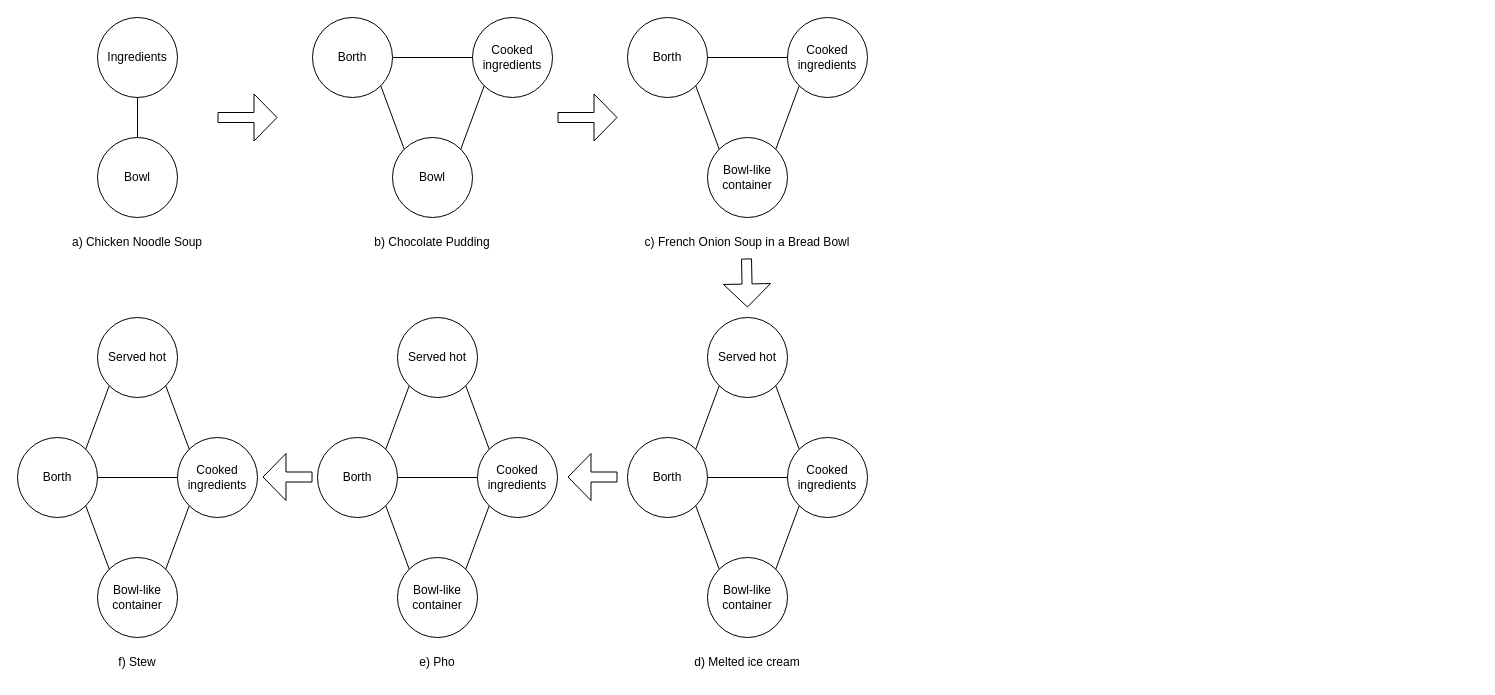
Above: KBAI_H2.drawio in andymakesapps/diagrams (draw.io), before the change. Source tidied: cells renumbered, new cells numbered last; positions are measured from the earlier drawing's top-left corner, leaving out a move shared by most shapes. Both pictures are drawn from the tidied source at 100%, with x=0, y=0 at pixel (17, 17).
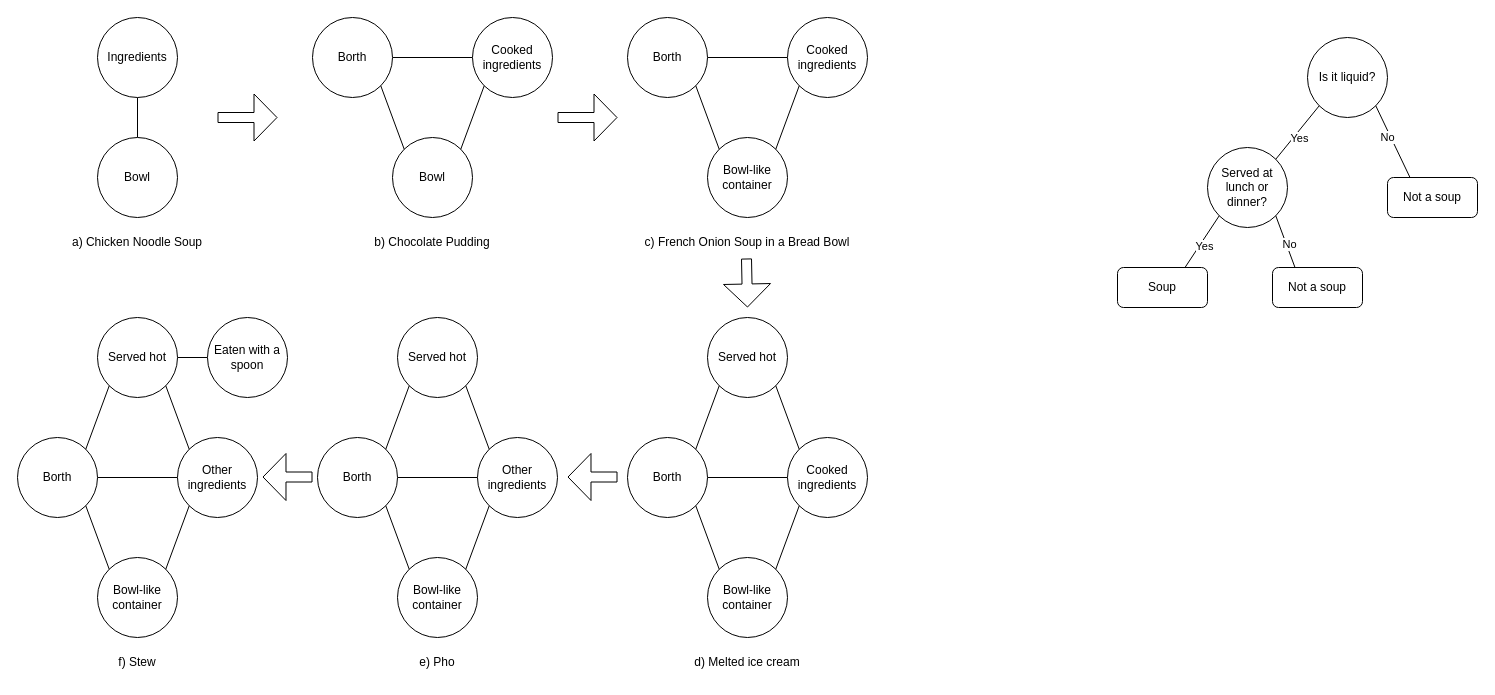
The same diagram, later.

Unchanged cells that the change refers to:
```xml
<mxCell id="47" value="Served hot" style="ellipse;whiteSpace=wrap;html=1;" parent="1" vertex="1">
  <mxGeometry x="80" y="300" width="80" height="80" as="geometry" />
</mxCell>
```

What changed in the source:
```diff
@@
-    <mxCell id="34" value="Cooked ingredients" style="ellipse;whiteSpace=wrap;html=1;" parent="1" vertex="1">
+    <mxCell id="34" value="Other ingredients" style="ellipse;whiteSpace=wrap;html=1;" parent="1" vertex="1">
       <mxGeometry x="460" y="420" width="80" height="80" as="geometry" />
     </mxCell>
@@
-    <mxCell id="44" value="Cooked ingredients" style="ellipse;whiteSpace=wrap;html=1;" parent="1" vertex="1">
+    <mxCell id="44" value="Other ingredients" style="ellipse;whiteSpace=wrap;html=1;" parent="1" vertex="1">
       <mxGeometry x="160" y="420" width="80" height="80" as="geometry" />
     </mxCell>
@@
+    <mxCell id="55" style="edgeStyle=orthogonalEdgeStyle;rounded=0;jettySize=auto;html=1;exitX=1;exitY=0.5;exitDx=0;exitDy=0;entryX=0;entryY=0.5;entryDx=0;entryDy=0;endArrow=none;endFill=0;" parent="1" edge="1" source="47" target="56">
+      <mxGeometry relative="1" as="geometry" />
+    </mxCell>
@@
+    <mxCell id="56" value="Eaten with a spoon" style="ellipse;whiteSpace=wrap;html=1;" parent="1" vertex="1">
+      <mxGeometry x="190" y="300" width="80" height="80" as="geometry" />
+    </mxCell>
+    <mxCell id="57" value="Is it liquid?" style="ellipse;whiteSpace=wrap;html=1;" parent="1" vertex="1">
+      <mxGeometry x="1290" y="20" width="80" height="80" as="geometry" />
+    </mxCell>
+    <mxCell id="58" value="Served at lunch or dinner?" style="ellipse;whiteSpace=wrap;html=1;" parent="1" vertex="1">
+      <mxGeometry x="1190" y="130" width="80" height="80" as="geometry" />
+    </mxCell>
+    <mxCell id="59" value="Not a soup" style="rounded=1;whiteSpace=wrap;html=1;" parent="1" vertex="1">
+      <mxGeometry x="1255" y="250" width="90" height="40" as="geometry" />
+    </mxCell>
+    <mxCell id="60" value="Soup" style="rounded=1;whiteSpace=wrap;html=1;" parent="1" vertex="1">
+      <mxGeometry x="1100" y="250" width="90" height="40" as="geometry" />
+    </mxCell>
+    <mxCell id="61" value="Not a soup" style="rounded=1;whiteSpace=wrap;html=1;" parent="1" vertex="1">
+      <mxGeometry x="1370" y="160" width="90" height="40" as="geometry" />
+    </mxCell>
+    <mxCell id="62" style="endArrow=none;html=1;rounded=0;entryX=0;entryY=1;entryDx=0;entryDy=0;exitX=1;exitY=0;exitDx=0;exitDy=0;" parent="1" edge="1" source="58" target="57">
+      <mxGeometry relative="1" as="geometry" />
+    </mxCell>
+    <mxCell id="63" value="Yes" style="edgeLabel;html=1;align=center;verticalAlign=middle;" parent="62" vertex="1">
+      <mxGeometry x="-0.04" y="-3" relative="1" as="geometry">
+        <mxPoint y="2" as="offset" />
+      </mxGeometry>
+    </mxCell>
+    <mxCell id="64" style="endArrow=none;html=1;rounded=0;entryX=1;entryY=1;entryDx=0;entryDy=0;exitX=0.25;exitY=0;exitDx=0;exitDy=0;" parent="1" edge="1" source="61" target="57">
+      <mxGeometry relative="1" as="geometry" />
+    </mxCell>
+    <mxCell id="65" value="No" style="edgeLabel;html=1;align=center;verticalAlign=middle;" parent="64" vertex="1">
+      <mxGeometry x="0.07" y="-1" relative="1" as="geometry">
+        <mxPoint x="-5" y="-1" as="offset" />
+      </mxGeometry>
+    </mxCell>
+    <mxCell id="66" style="endArrow=none;html=1;rounded=0;exitX=0.75;exitY=0;exitDx=0;exitDy=0;entryX=0;entryY=1;entryDx=0;entryDy=0;" parent="1" edge="1" source="60" target="58">
+      <mxGeometry relative="1" as="geometry" />
+    </mxCell>
+    <mxCell id="67" value="Yes" style="edgeLabel;html=1;align=center;verticalAlign=middle;" parent="66" vertex="1">
+      <mxGeometry x="-0.04" y="-3" relative="1" as="geometry">
+        <mxPoint y="2" as="offset" />
+      </mxGeometry>
+    </mxCell>
+    <mxCell id="68" style="endArrow=none;html=1;rounded=0;exitX=0.25;exitY=0;exitDx=0;exitDy=0;entryX=1;entryY=1;entryDx=0;entryDy=0;" parent="1" edge="1" source="59" target="58">
+      <mxGeometry relative="1" as="geometry" />
+    </mxCell>
+    <mxCell id="69" value="No" style="edgeLabel;html=1;align=center;verticalAlign=middle;" parent="68" vertex="1">
+      <mxGeometry x="-0.04" y="-3" relative="1" as="geometry">
+        <mxPoint y="2" as="offset" />
+      </mxGeometry>
+    </mxCell>
```
